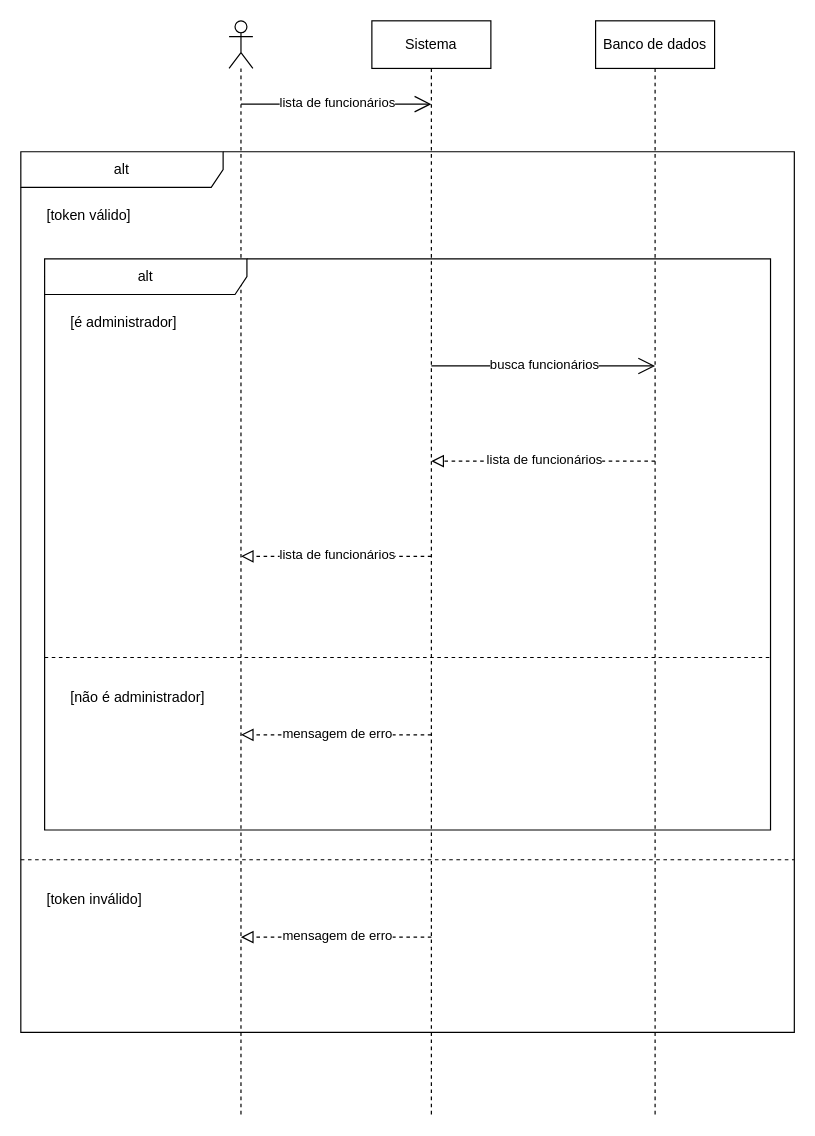
The draw.io diagram page "Listar funcionários" (7 of 7) of diagramas/sequencias.drawio in Marco-Veio/sistema-de-gestao-escolar-modelagem, before the edit. Source tidied: cells renumbered, new cells numbered last; positions are measured from the earlier drawing's top-left corner, leaving out a move shared by most shapes. Both pictures are drawn from the tidied source at 119%, with x=0, y=0 at pixel (20, 20).
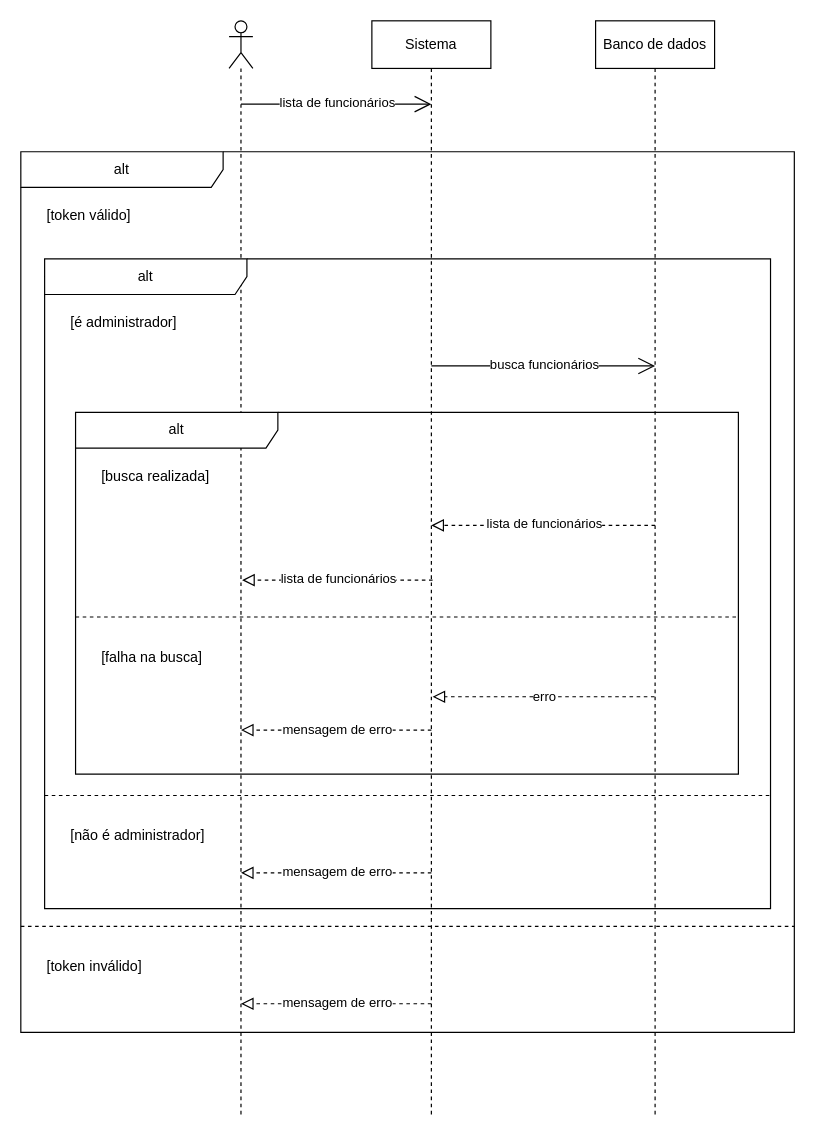
Above is the later version.

Unchanged cells that the change refers to:
```xml
<mxCell id="4" value="Banco de dados" style="shape=umlLifeline;perimeter=lifelinePerimeter;whiteSpace=wrap;html=1;outlineConnect=0;portConstraint=eastwest;newEdgeStyle={&quot;curved&quot;:0,&quot;rounded&quot;:0};" parent="1" vertex="1">
  <mxGeometry x="483" width="100" height="920" as="geometry" />
</mxCell>
<mxCell id="7" value="alt" style="shape=umlFrame;whiteSpace=wrap;html=1;width=170;" parent="1" vertex="1">
  <mxGeometry y="110" width="650" height="740" as="geometry" />
</mxCell>
```

Change to the diagram source:
```diff
@@
     <mxCell id="9" value="alt" style="shape=umlFrame;whiteSpace=wrap;html=1;width=170;" parent="7" vertex="1">
-      <mxGeometry x="20" y="90" width="610" height="480" as="geometry" />
+      <mxGeometry x="20" y="90" width="610" height="546" as="geometry" />
     </mxCell>
@@
+    <mxCell id="17" value="[não é administrador]" style="line;strokeWidth=1;dashed=1;labelPosition=center;verticalLabelPosition=bottom;align=left;verticalAlign=top;spacingLeft=20;spacingTop=15;html=1;whiteSpace=wrap;" parent="9" vertex="1">
+      <mxGeometry y="446" width="610" height="10" as="geometry" />
+    </mxCell>
+    <mxCell id="18" style="endArrow=block;startArrow=none;endFill=0;startFill=0;endSize=8;html=1;verticalAlign=bottom;dashed=1;labelBackgroundColor=none;" parent="9" edge="1">
+      <mxGeometry relative="1" as="geometry">
+        <mxPoint x="325" y="516" as="sourcePoint" />
+        <mxPoint x="165" y="516" as="targetPoint" />
+      </mxGeometry>
+    </mxCell>
+    <mxCell id="19" value="mensagem de erro" style="edgeLabel;html=1;align=center;verticalAlign=middle;" parent="18" vertex="1">
+      <mxGeometry relative="1" as="geometry">
+        <mxPoint y="-2" as="offset" />
+      </mxGeometry>
+    </mxCell>
+    <mxCell id="23" value="alt" style="shape=umlFrame;whiteSpace=wrap;html=1;width=170;" parent="9" vertex="1">
+      <mxGeometry x="26" y="129" width="557" height="304" as="geometry" />
+    </mxCell>
+    <mxCell id="24" value="[busca realizada]" style="text;html=1;" parent="23" vertex="1">
+      <mxGeometry width="100" height="20" relative="1" as="geometry">
+        <mxPoint x="20" y="40" as="offset" />
+      </mxGeometry>
+    </mxCell>
-    <mxCell id="13" style="endArrow=block;startArrow=none;endFill=0;startFill=0;endSize=8;html=1;verticalAlign=bottom;dashed=1;labelBackgroundColor=none;" parent="9" edge="1">
+    <mxCell id="13" style="endArrow=block;startArrow=none;endFill=0;startFill=0;endSize=8;html=1;verticalAlign=bottom;dashed=1;labelBackgroundColor=none;" parent="23" edge="1">
       <mxGeometry relative="1" as="geometry">
-        <mxPoint x="513" y="170" as="sourcePoint" />
-        <mxPoint x="325" y="170" as="targetPoint" />
+        <mxPoint x="487" y="95" as="sourcePoint" />
+        <mxPoint x="299" y="95" as="targetPoint" />
       </mxGeometry>
     </mxCell>
@@
-    <mxCell id="15" style="endArrow=block;startArrow=none;endFill=0;startFill=0;endSize=8;html=1;verticalAlign=bottom;dashed=1;labelBackgroundColor=none;" parent="9" edge="1">
+    <mxCell id="15" style="endArrow=block;startArrow=none;endFill=0;startFill=0;endSize=8;html=1;verticalAlign=bottom;dashed=1;labelBackgroundColor=none;" parent="23" edge="1">
       <mxGeometry relative="1" as="geometry">
-        <mxPoint x="325" y="250" as="sourcePoint" />
-        <mxPoint x="165" y="250" as="targetPoint" />
+        <mxPoint x="300" y="141" as="sourcePoint" />
+        <mxPoint x="140" y="141" as="targetPoint" />
       </mxGeometry>
     </mxCell>
@@
-    <mxCell id="17" value="[não é administrador]" style="line;strokeWidth=1;dashed=1;labelPosition=center;verticalLabelPosition=bottom;align=left;verticalAlign=top;spacingLeft=20;spacingTop=15;html=1;whiteSpace=wrap;" parent="9" vertex="1">
-      <mxGeometry y="330" width="610" height="10" as="geometry" />
-    </mxCell>
-    <mxCell id="18" style="endArrow=block;startArrow=none;endFill=0;startFill=0;endSize=8;html=1;verticalAlign=bottom;dashed=1;labelBackgroundColor=none;" parent="9" edge="1">
-      <mxGeometry relative="1" as="geometry">
-        <mxPoint x="325" y="400" as="sourcePoint" />
-        <mxPoint x="165" y="400" as="targetPoint" />
-      </mxGeometry>
-    </mxCell>
-    <mxCell id="19" value="mensagem de erro" style="edgeLabel;html=1;align=center;verticalAlign=middle;" parent="18" vertex="1">
-      <mxGeometry relative="1" as="geometry">
-        <mxPoint y="-2" as="offset" />
-      </mxGeometry>
-    </mxCell>
+    <mxCell id="25" style="endArrow=block;startArrow=none;endFill=0;startFill=0;endSize=8;html=1;verticalAlign=bottom;dashed=1;labelBackgroundColor=none;" parent="23" edge="1" source="4">
+      <mxGeometry relative="1" as="geometry">
+        <mxPoint x="300" y="239" as="targetPoint" />
+      </mxGeometry>
+    </mxCell>
+    <mxCell id="26" value="erro" style="edgeLabel;html=1;align=center;verticalAlign=middle;" parent="25" vertex="1">
+      <mxGeometry relative="1" as="geometry">
+        <mxPoint y="-1" as="offset" />
+      </mxGeometry>
+    </mxCell>
+    <mxCell id="27" style="endArrow=block;startArrow=none;endFill=0;startFill=0;endSize=8;html=1;verticalAlign=bottom;dashed=1;labelBackgroundColor=none;" parent="23" edge="1">
+      <mxGeometry relative="1" as="geometry">
+        <mxPoint x="299" y="267" as="sourcePoint" />
+        <mxPoint x="139" y="267" as="targetPoint" />
+      </mxGeometry>
+    </mxCell>
+    <mxCell id="28" value="mensagem de erro" style="edgeLabel;html=1;align=center;verticalAlign=middle;" parent="27" vertex="1">
+      <mxGeometry relative="1" as="geometry">
+        <mxPoint y="-1" as="offset" />
+      </mxGeometry>
+    </mxCell>
     <mxCell id="20" value="[token inválido]" style="line;strokeWidth=1;dashed=1;labelPosition=center;verticalLabelPosition=bottom;align=left;verticalAlign=top;spacingLeft=20;spacingTop=15;html=1;whiteSpace=wrap;" parent="7" vertex="1">
-      <mxGeometry y="590" width="650" height="10" as="geometry" />
+      <mxGeometry y="646" width="650" height="10" as="geometry" />
     </mxCell>
     <mxCell id="21" style="endArrow=block;startArrow=none;endFill=0;startFill=0;endSize=8;html=1;verticalAlign=bottom;dashed=1;labelBackgroundColor=none;" parent="7" edge="1">
       <mxGeometry relative="1" as="geometry">
-        <mxPoint x="345" y="660" as="sourcePoint" />
-        <mxPoint x="185" y="660" as="targetPoint" />
+        <mxPoint x="345" y="716" as="sourcePoint" />
+        <mxPoint x="185" y="716" as="targetPoint" />
       </mxGeometry>
     </mxCell>
@@
+    <mxCell id="29" value="[falha na busca]" style="line;strokeWidth=1;dashed=1;labelPosition=center;verticalLabelPosition=bottom;align=left;verticalAlign=top;spacingLeft=20;spacingTop=15;html=1;whiteSpace=wrap;" parent="1" vertex="1">
+      <mxGeometry x="46" y="496" width="557" height="10" as="geometry" />
+    </mxCell>
```
